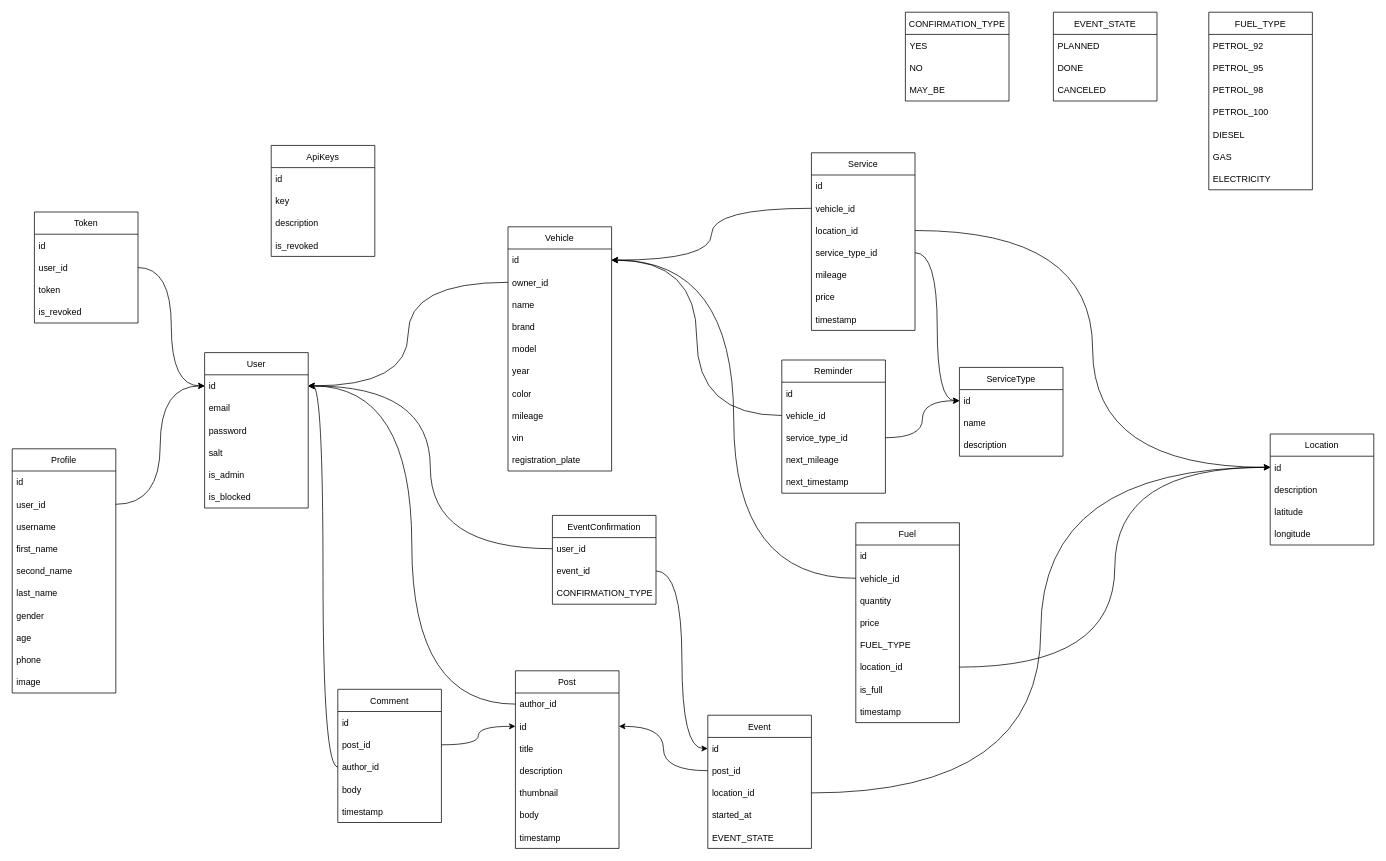
jadjer/mores keeps this draw.io diagram as page "database models" (1 of 2) of schema.drawio. Above is the earlier version. Source tidied: cells renumbered, new cells numbered last; positions are measured from the earlier drawing's top-left corner, leaving out a move shared by most shapes. Both pictures are drawn from the tidied source at 74%, with x=0, y=0 at pixel (12, 12).
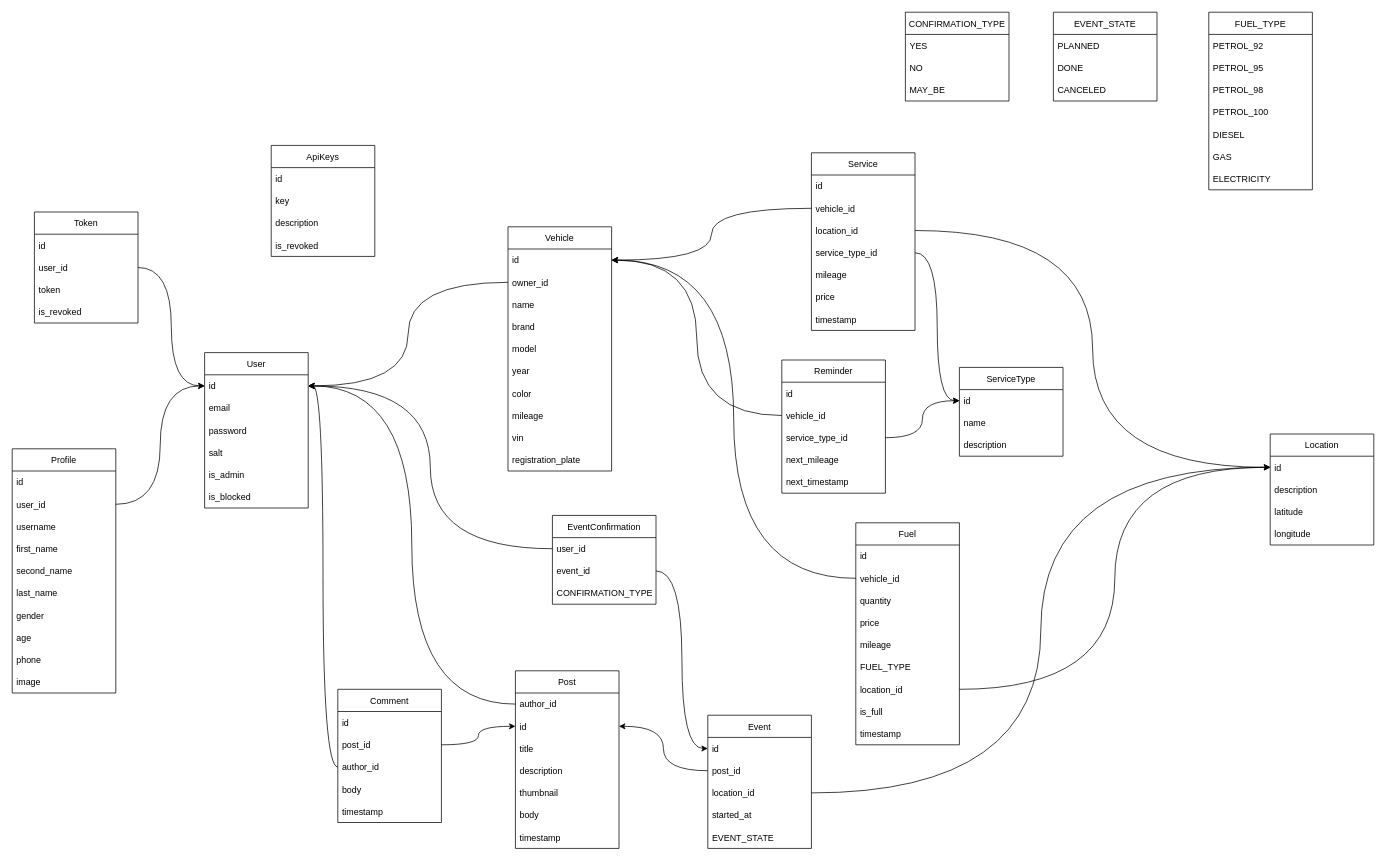
The same diagram, later.

Change to the diagram source:
```diff
@@
     <mxCell id="84" value="Fuel" style="swimlane;fontStyle=0;horizontal=1;startSize=30;" parent="1" vertex="1">
-      <mxGeometry x="1140" y="690" width="140" height="270" as="geometry" />
+      <mxGeometry x="1140" y="690" width="140" height="300" as="geometry" />
     </mxCell>
@@
+    <mxCell id="130" value="mileage" style="text;strokeColor=none;fillColor=none;align=left;verticalAlign=middle;spacingLeft=4;spacingRight=4;overflow=hidden;" parent="84" vertex="1">
+      <mxGeometry y="150" width="140" height="30" as="geometry" />
+    </mxCell>
     <mxCell id="89" value="FUEL_TYPE" style="text;strokeColor=none;fillColor=none;align=left;verticalAlign=middle;spacingLeft=4;spacingRight=4;overflow=hidden;" parent="84" vertex="1">
-      <mxGeometry y="150" width="140" height="30" as="geometry" />
+      <mxGeometry y="180" width="140" height="30" as="geometry" />
     </mxCell>
     <mxCell id="90" value="location_id" style="text;strokeColor=none;fillColor=none;align=left;verticalAlign=middle;spacingLeft=4;spacingRight=4;overflow=hidden;points=[[0,0.5],[1,0.5]];portConstraint=eastwest;" parent="84" vertex="1">
-      <mxGeometry y="180" width="140" height="30" as="geometry" />
+      <mxGeometry y="210" width="140" height="30" as="geometry" />
     </mxCell>
     <mxCell id="91" value="is_full" style="text;strokeColor=none;fillColor=none;align=left;verticalAlign=middle;spacingLeft=4;spacingRight=4;overflow=hidden;" parent="84" vertex="1">
-      <mxGeometry y="210" width="140" height="30" as="geometry" />
+      <mxGeometry y="240" width="140" height="30" as="geometry" />
     </mxCell>
     <mxCell id="92" value="timestamp" style="text;strokeColor=none;fillColor=none;align=left;verticalAlign=middle;spacingLeft=4;spacingRight=4;overflow=hidden;" parent="84" vertex="1">
-      <mxGeometry y="240" width="140" height="30" as="geometry" />
+      <mxGeometry y="270" width="140" height="30" as="geometry" />
     </mxCell>
```
